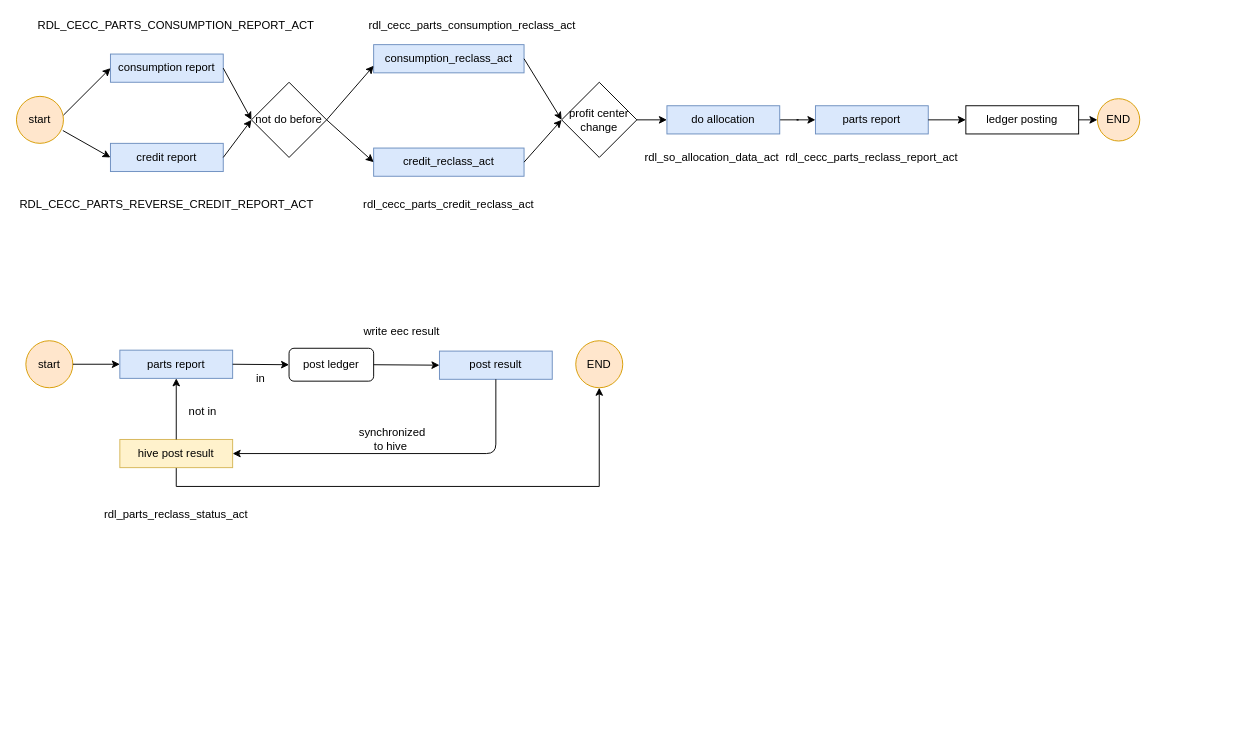
Before: src/Untitled Diagram.drawio in zhang-xdl/Crawler, a draw.io diagram. Source tidied: cells renumbered, new cells numbered last; positions are measured from the earlier drawing's top-left corner, leaving out a move shared by most shapes. Both pictures are drawn from the tidied source at 94%, with x=0, y=0 at pixel (16, 16).
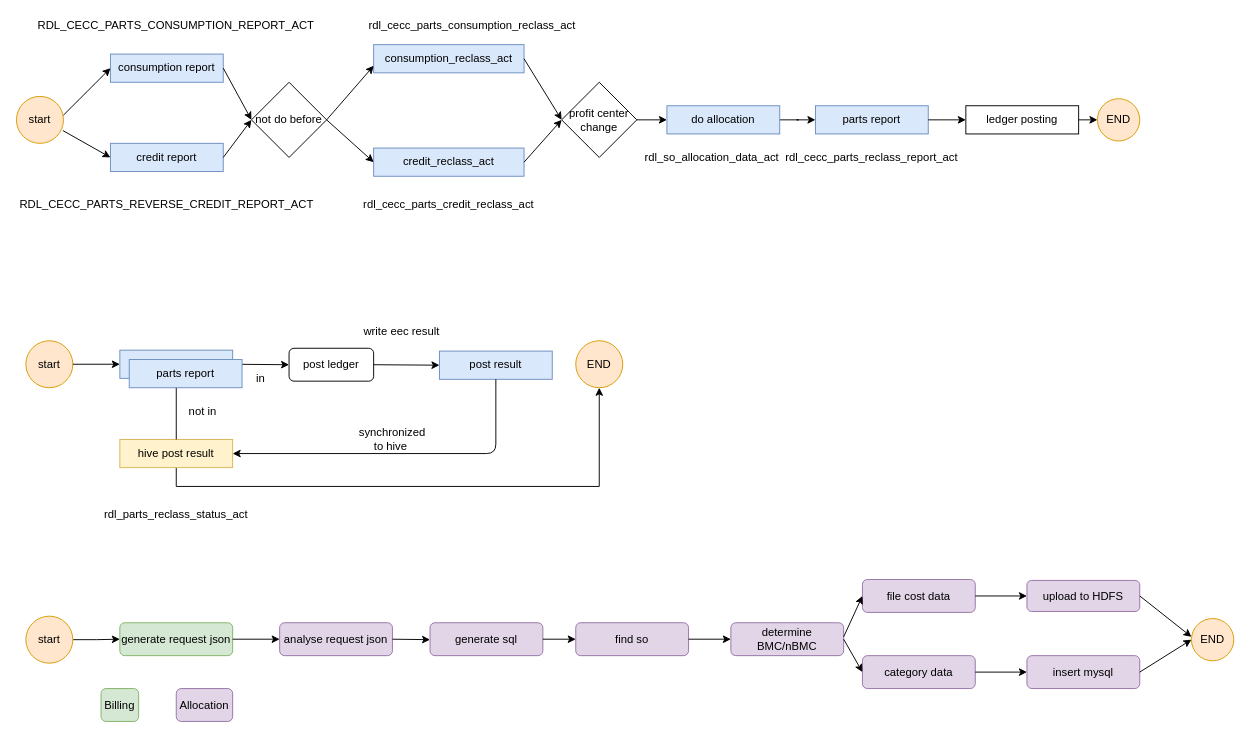
Above is the later version.

Change to the diagram source:
```diff
@@
+    <mxCell id="48" style="edgeStyle=orthogonalEdgeStyle;rounded=0;jettySize=auto;html=1;exitX=1;exitY=0.5;exitDx=0;exitDy=0;entryX=0;entryY=0.5;entryDx=0;entryDy=0;" parent="1" edge="1" source="49" target="51">
+      <mxGeometry relative="1" as="geometry" />
+    </mxCell>
+    <mxCell id="49" value="start" style="ellipse;whiteSpace=wrap;html=1;fillColor=#ffe6cc;strokeColor=#d79b00;" parent="1" vertex="1">
+      <mxGeometry x="10" y="638" width="50" height="50" as="geometry" />
+    </mxCell>
+    <mxCell id="50" value="parts report" style="rounded=0;whiteSpace=wrap;html=1;fillColor=#dae8fc;strokeColor=#6c8ebf;" parent="1" vertex="1">
+      <mxGeometry x="120" y="365" width="120" height="30" as="geometry" />
+    </mxCell>
+    <mxCell id="51" value="generate request json" style="rounded=1;whiteSpace=wrap;html=1;fillColor=#d5e8d4;strokeColor=#82b366;" parent="1" vertex="1">
+      <mxGeometry x="110" y="645" width="120" height="35" as="geometry" />
+    </mxCell>
+    <mxCell id="52" value="analyse request json" style="rounded=1;whiteSpace=wrap;html=1;fillColor=#e1d5e7;strokeColor=#9673a6;" parent="1" vertex="1">
+      <mxGeometry x="280" y="645" width="120" height="35" as="geometry" />
+    </mxCell>
+    <mxCell id="53" value="generate sql" style="rounded=1;whiteSpace=wrap;html=1;fillColor=#e1d5e7;strokeColor=#9673a6;" parent="1" vertex="1">
+      <mxGeometry x="440" y="645" width="120" height="35" as="geometry" />
+    </mxCell>
+    <mxCell id="54" value="find so" style="rounded=1;whiteSpace=wrap;html=1;fillColor=#e1d5e7;strokeColor=#9673a6;" parent="1" vertex="1">
+      <mxGeometry x="595" y="645" width="120" height="35" as="geometry" />
+    </mxCell>
+    <mxCell id="55" value="determine BMC/nBMC" style="rounded=1;whiteSpace=wrap;html=1;fillColor=#e1d5e7;strokeColor=#9673a6;" parent="1" vertex="1">
+      <mxGeometry x="760" y="645" width="120" height="35" as="geometry" />
+    </mxCell>
+    <mxCell id="56" value="file cost data" style="rounded=1;whiteSpace=wrap;html=1;fillColor=#e1d5e7;strokeColor=#9673a6;" parent="1" vertex="1">
+      <mxGeometry x="900" y="599" width="120" height="35" as="geometry" />
+    </mxCell>
+    <mxCell id="57" value="category data" style="rounded=1;whiteSpace=wrap;html=1;fillColor=#e1d5e7;strokeColor=#9673a6;" parent="1" vertex="1">
+      <mxGeometry x="900" y="680" width="120" height="35" as="geometry" />
+    </mxCell>
+    <mxCell id="58" value="upload to HDFS" style="rounded=1;whiteSpace=wrap;html=1;fillColor=#e1d5e7;strokeColor=#9673a6;" parent="1" vertex="1">
+      <mxGeometry x="1075" y="600" width="120" height="33" as="geometry" />
+    </mxCell>
+    <mxCell id="59" value="insert mysql" style="rounded=1;whiteSpace=wrap;html=1;fillColor=#e1d5e7;strokeColor=#9673a6;" parent="1" vertex="1">
+      <mxGeometry x="1075" y="680" width="120" height="35" as="geometry" />
+    </mxCell>
+    <mxCell id="60" value="END" style="ellipse;whiteSpace=wrap;html=1;fillColor=#ffe6cc;strokeColor=#d79b00;" parent="1" vertex="1">
+      <mxGeometry x="1250" y="640.5" width="45" height="45" as="geometry" />
+    </mxCell>
+    <mxCell id="61" style="endArrow=classic;html=1;entryX=0;entryY=0.5;entryDx=0;entryDy=0;exitX=1;exitY=0.5;exitDx=0;exitDy=0;" parent="1" edge="1" source="51" target="52">
+      <mxGeometry relative="1" as="geometry" />
+    </mxCell>
+    <mxCell id="62" style="endArrow=classic;html=1;exitX=1;exitY=0.5;exitDx=0;exitDy=0;" parent="1" edge="1" source="52">
+      <mxGeometry relative="1" as="geometry">
+        <mxPoint x="440" y="663" as="targetPoint" />
+      </mxGeometry>
+    </mxCell>
+    <mxCell id="63" style="endArrow=classic;html=1;exitX=1;exitY=0.5;exitDx=0;exitDy=0;entryX=0;entryY=0.5;entryDx=0;entryDy=0;" parent="1" edge="1" source="53" target="54">
+      <mxGeometry relative="1" as="geometry" />
+    </mxCell>
+    <mxCell id="64" style="endArrow=classic;html=1;exitX=1;exitY=0.5;exitDx=0;exitDy=0;entryX=0;entryY=0.5;entryDx=0;entryDy=0;" parent="1" edge="1" source="54" target="55">
+      <mxGeometry relative="1" as="geometry" />
+    </mxCell>
+    <mxCell id="65" style="endArrow=classic;html=1;entryX=0;entryY=0.5;entryDx=0;entryDy=0;" parent="1" edge="1" target="56">
+      <mxGeometry relative="1" as="geometry">
+        <mxPoint x="880" y="660" as="sourcePoint" />
+      </mxGeometry>
+    </mxCell>
+    <mxCell id="66" style="endArrow=classic;html=1;exitX=1;exitY=0.5;exitDx=0;exitDy=0;entryX=0;entryY=0.5;entryDx=0;entryDy=0;" parent="1" edge="1" source="55" target="57">
+      <mxGeometry relative="1" as="geometry" />
+    </mxCell>
+    <mxCell id="67" style="endArrow=classic;html=1;exitX=1;exitY=0.5;exitDx=0;exitDy=0;entryX=0;entryY=0.5;entryDx=0;entryDy=0;" parent="1" edge="1" source="56" target="58">
+      <mxGeometry relative="1" as="geometry" />
+    </mxCell>
+    <mxCell id="68" style="endArrow=classic;html=1;exitX=1;exitY=0.5;exitDx=0;exitDy=0;entryX=0;entryY=0.5;entryDx=0;entryDy=0;" parent="1" edge="1" source="57" target="59">
+      <mxGeometry relative="1" as="geometry" />
+    </mxCell>
+    <mxCell id="69" style="endArrow=classic;html=1;exitX=1;exitY=0.5;exitDx=0;exitDy=0;entryX=0;entryY=0.5;entryDx=0;entryDy=0;" parent="1" edge="1" source="59" target="60">
+      <mxGeometry relative="1" as="geometry" />
+    </mxCell>
+    <mxCell id="70" style="endArrow=classic;html=1;exitX=1;exitY=0.5;exitDx=0;exitDy=0;" parent="1" edge="1" source="58">
+      <mxGeometry relative="1" as="geometry">
+        <mxPoint x="1250" y="660" as="targetPoint" />
+      </mxGeometry>
+    </mxCell>
+    <mxCell id="71" value="Billing" style="rounded=1;whiteSpace=wrap;html=1;fillColor=#d5e8d4;strokeColor=#82b366;" parent="1" vertex="1">
+      <mxGeometry x="90" y="715" width="40" height="35" as="geometry" />
+    </mxCell>
+    <mxCell id="72" value="Allocation" style="rounded=1;whiteSpace=wrap;html=1;fillColor=#e1d5e7;strokeColor=#9673a6;" parent="1" vertex="1">
+      <mxGeometry x="170" y="715" width="60" height="35" as="geometry" />
+    </mxCell>
```
